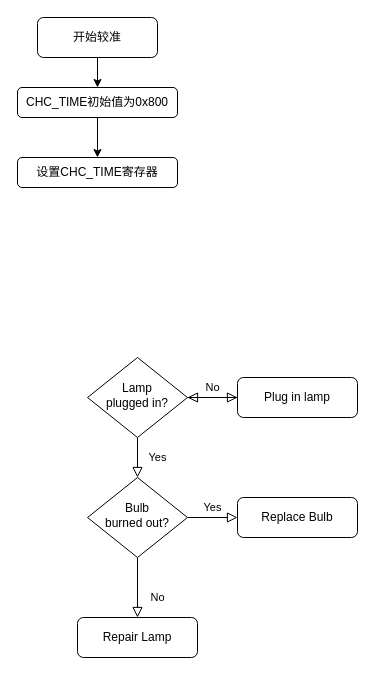
This is Untitled Diagram.drawio from fenixchen/work, a draw.io file, before an edit. Source tidied: cells renumbered, new cells numbered last; positions are measured from the earlier drawing's top-left corner, leaving out a move shared by most shapes. Both pictures are drawn from the tidied source at 100%, with x=0, y=0 at pixel (17, 17).
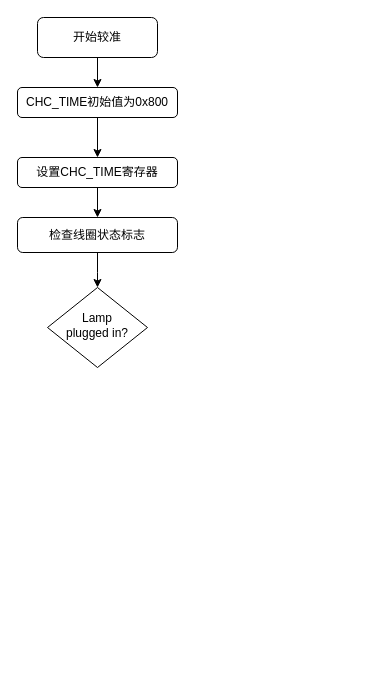
Above is the later version.

The edit, as a diff of the source:
```diff
@@
 <mxGraphModel>
   <root>
     <mxCell id="0" />
     <mxCell id="1" parent="0" />
-    <mxCell id="2" style="rounded=0;html=1;jettySize=auto;fontSize=11;endArrow=block;endFill=0;endSize=8;strokeWidth=1;shadow=0;labelBackgroundColor=none;edgeStyle=orthogonalEdgeStyle;" parent="1" edge="1" source="8" target="7">
-      <mxGeometry relative="1" as="geometry" />
-    </mxCell>
     <mxCell id="3" style="edgeStyle=orthogonalEdgeStyle;rounded=0;jettySize=auto;html=1;" parent="1" edge="1" source="4" target="15">
       <mxGeometry relative="1" as="geometry" />
     </mxCell>
     <mxCell id="4" value="开始较准" style="rounded=1;whiteSpace=wrap;html=1;fontSize=12;glass=0;strokeWidth=1;shadow=0;" parent="1" vertex="1">
       <mxGeometry x="20" width="120" height="40" as="geometry" />
     </mxCell>
-    <mxCell id="5" value="Yes" style="rounded=0;html=1;jettySize=auto;fontSize=11;endArrow=block;endFill=0;endSize=8;strokeWidth=1;shadow=0;labelBackgroundColor=none;edgeStyle=orthogonalEdgeStyle;" parent="1" edge="1" source="7" target="11">
-      <mxGeometry y="20" relative="1" as="geometry" />
-    </mxCell>
-    <mxCell id="6" value="No" style="edgeStyle=orthogonalEdgeStyle;rounded=0;html=1;jettySize=auto;fontSize=11;endArrow=block;endFill=0;endSize=8;strokeWidth=1;shadow=0;labelBackgroundColor=none;" parent="1" edge="1" source="7" target="8">
-      <mxGeometry y="10" relative="1" as="geometry" />
-    </mxCell>
     <mxCell id="7" value="Lamp&lt;br&gt;plugged in?" style="rhombus;whiteSpace=wrap;html=1;shadow=0;fontFamily=Helvetica;fontSize=12;align=center;strokeWidth=1;spacing=6;spacingTop=-4;" parent="1" vertex="1">
-      <mxGeometry x="70" y="340" width="100" height="80" as="geometry" />
+      <mxGeometry x="30" y="270" width="100" height="80" as="geometry" />
     </mxCell>
-    <mxCell id="8" value="Plug in lamp" style="rounded=1;whiteSpace=wrap;html=1;fontSize=12;glass=0;strokeWidth=1;shadow=0;" parent="1" vertex="1">
-      <mxGeometry x="220" y="360" width="120" height="40" as="geometry" />
-    </mxCell>
-    <mxCell id="9" value="No" style="rounded=0;html=1;jettySize=auto;fontSize=11;endArrow=block;endFill=0;endSize=8;strokeWidth=1;shadow=0;labelBackgroundColor=none;edgeStyle=orthogonalEdgeStyle;" parent="1" edge="1" source="11" target="12">
-      <mxGeometry x="0.33" y="20" relative="1" as="geometry" />
-    </mxCell>
-    <mxCell id="10" value="Yes" style="edgeStyle=orthogonalEdgeStyle;rounded=0;html=1;jettySize=auto;fontSize=11;endArrow=block;endFill=0;endSize=8;strokeWidth=1;shadow=0;labelBackgroundColor=none;" parent="1" edge="1" source="11" target="13">
-      <mxGeometry y="10" relative="1" as="geometry" />
-    </mxCell>
-    <mxCell id="11" value="Bulb&lt;br&gt;burned out?" style="rhombus;whiteSpace=wrap;html=1;shadow=0;fontFamily=Helvetica;fontSize=12;align=center;strokeWidth=1;spacing=6;spacingTop=-4;" parent="1" vertex="1">
-      <mxGeometry x="70" y="460" width="100" height="80" as="geometry" />
-    </mxCell>
-    <mxCell id="12" value="Repair Lamp" style="rounded=1;whiteSpace=wrap;html=1;fontSize=12;glass=0;strokeWidth=1;shadow=0;" parent="1" vertex="1">
-      <mxGeometry x="60" y="600" width="120" height="40" as="geometry" />
-    </mxCell>
-    <mxCell id="13" value="Replace Bulb" style="rounded=1;whiteSpace=wrap;html=1;fontSize=12;glass=0;strokeWidth=1;shadow=0;" parent="1" vertex="1">
-      <mxGeometry x="220" y="480" width="120" height="40" as="geometry" />
-    </mxCell>
     <mxCell id="14" style="edgeStyle=orthogonalEdgeStyle;rounded=0;jettySize=auto;html=1;" parent="1" edge="1" source="15" target="16">
       <mxGeometry relative="1" as="geometry" />
     </mxCell>
     <mxCell id="15" value="CHC_TIME初始值为0x800" style="whiteSpace=wrap;html=1;rounded=1;shadow=0;strokeWidth=1;glass=0;" parent="1" vertex="1">
       <mxGeometry y="70" width="160" height="30" as="geometry" />
     </mxCell>
+    <mxCell id="17" style="edgeStyle=orthogonalEdgeStyle;rounded=0;jettySize=auto;html=1;" parent="1" edge="1" source="16" target="19">
+      <mxGeometry relative="1" as="geometry" />
+    </mxCell>
     <mxCell id="16" value="设置CHC_TIME寄存器" style="whiteSpace=wrap;html=1;rounded=1;shadow=0;strokeWidth=1;glass=0;" parent="1" vertex="1">
       <mxGeometry y="140" width="160" height="30" as="geometry" />
     </mxCell>
+    <mxCell id="18" style="edgeStyle=orthogonalEdgeStyle;rounded=0;jettySize=auto;html=1;" parent="1" edge="1" source="19">
+      <mxGeometry relative="1" as="geometry">
+        <mxPoint x="80" y="270" as="targetPoint" />
+      </mxGeometry>
+    </mxCell>
+    <mxCell id="19" value="检查线圈状态标志" style="whiteSpace=wrap;html=1;rounded=1;shadow=0;strokeWidth=1;glass=0;" parent="1" vertex="1">
+      <mxGeometry y="200" width="160" height="35" as="geometry" />
+    </mxCell>
   </root>
 </mxGraphModel>
```
